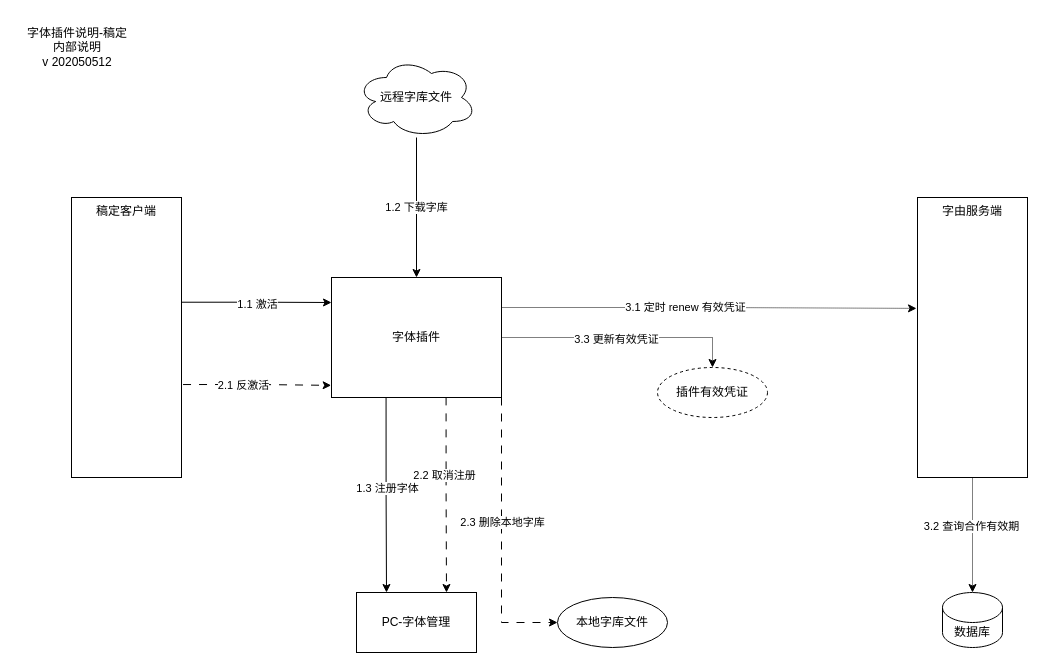
Above: hellofont/字由花瓣技术技术方案--内部.drawio in sunjirepo/drawio-diagrams (draw.io), before the change. Source tidied: cells renumbered, new cells numbered last; positions are measured from the earlier drawing's top-left corner, leaving out a move shared by most shapes. Both pictures are drawn from the tidied source at 100%, with x=0, y=0 at pixel (17, 17).
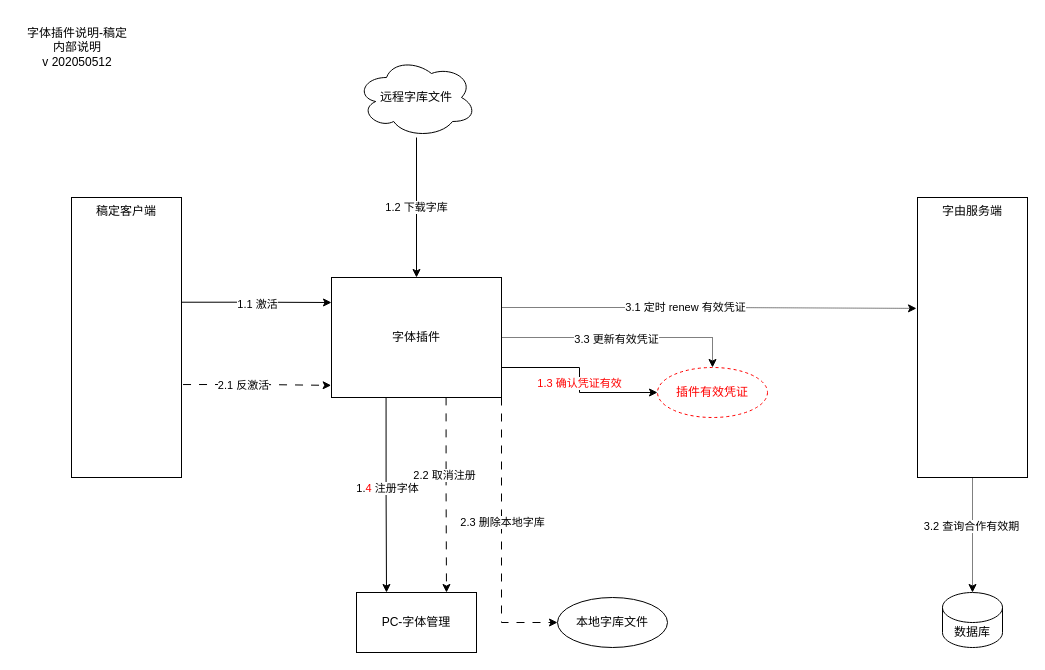
After the change.

Commit message:
更新字由花瓣技术技术方案--内部.drawio

The change refers to these unchanged cells:
```xml
<mxCell id="4" style="edgeStyle=orthogonalEdgeStyle;rounded=0;jettySize=auto;html=1;entryX=0.25;entryY=0;entryDx=0;entryDy=0;exitX=0.321;exitY=0.998;exitDx=0;exitDy=0;exitPerimeter=0;" parent="1" edge="1" source="10" target="3">
  <mxGeometry relative="1" as="geometry" />
</mxCell>
<mxCell id="10" value="字体插件" style="rounded=0;whiteSpace=wrap;html=1;" parent="1" vertex="1">
  <mxGeometry x="314" y="260" width="170" height="120" as="geometry" />
</mxCell>
```

What changed in the source:
```diff
@@
-    <mxCell id="5" value="1.3 注册字体" style="edgeLabel;html=1;align=center;verticalAlign=middle;" parent="4" vertex="1">
+    <mxCell id="5" value="1.&lt;font style=&quot;color: rgb(255, 0, 0);&quot;&gt;4&lt;/font&gt; 注册字体" style="edgeLabel;html=1;align=center;verticalAlign=middle;" parent="4" vertex="1">
       <mxGeometry x="-0.07" y="1" relative="1" as="geometry" />
     </mxCell>
@@
+    <mxCell id="28" style="edgeStyle=orthogonalEdgeStyle;rounded=0;jettySize=auto;html=1;exitX=1;exitY=0.75;exitDx=0;exitDy=0;entryX=0;entryY=0.5;entryDx=0;entryDy=0;" parent="1" edge="1" source="10" target="22">
+      <mxGeometry relative="1" as="geometry" />
+    </mxCell>
+    <mxCell id="29" value="&lt;font style=&quot;color: rgb(255, 0, 0);&quot;&gt;1.3 确认凭证有效&lt;/font&gt;" style="edgeLabel;html=1;align=center;verticalAlign=middle;" parent="28" vertex="1">
+      <mxGeometry x="0.03" y="-1" relative="1" as="geometry" />
+    </mxCell>
@@
-    <mxCell id="22" value="插件有效凭证" style="ellipse;whiteSpace=wrap;html=1;dashed=1;" parent="1" vertex="1">
+    <mxCell id="22" value="插件有效凭证" style="ellipse;whiteSpace=wrap;html=1;dashed=1;strokeColor=#FF0000;fontColor=#FF0000;" parent="1" vertex="1">
       <mxGeometry x="640" y="350" width="110" height="50" as="geometry" />
     </mxCell>
```
